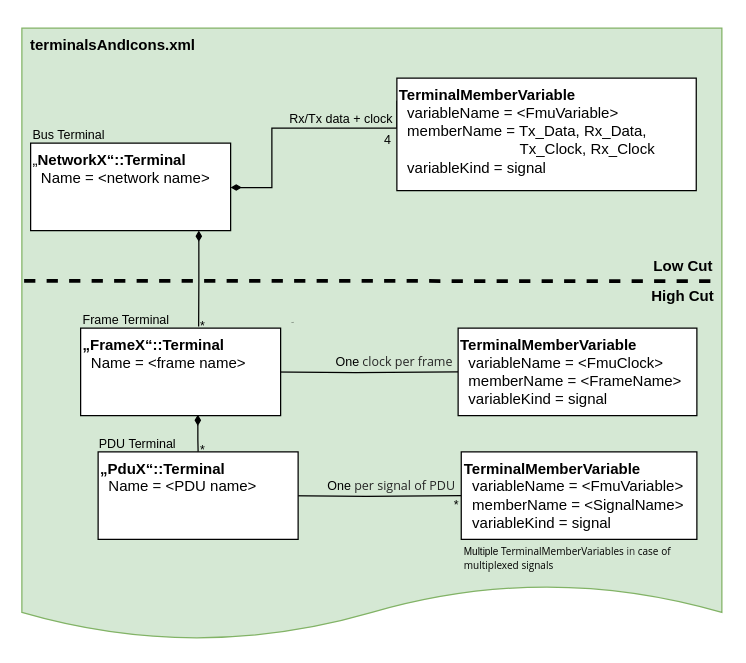
Earlier version of the draw.io diagram docs/images/terminal_relations.drawio (modelica/fmi-ls-bus). Source tidied: cells renumbered, new cells numbered last; positions are measured from the earlier drawing's top-left corner, leaving out a move shared by most shapes. Both pictures are drawn from the tidied source at 125%, with x=0, y=0 at pixel (21, 21).
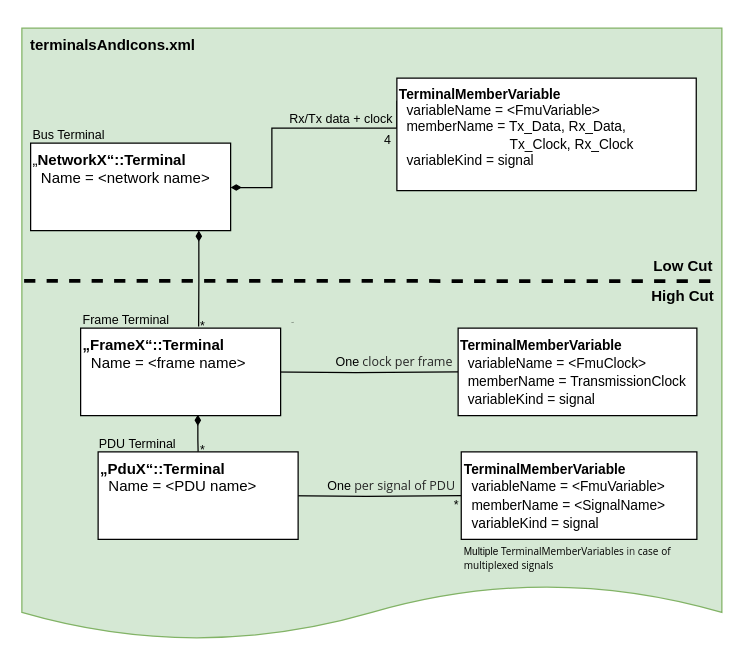
After the change.

Commit message (it also covers changes not shown here):
Fixed terminalAndIcon.svg overview graphic

Diff of the diagram source:
```diff
@@
-    <mxCell id="7" value="&lt;p style=&quot;margin-top: 0pt; margin-bottom: 0pt; margin-left: 0in; text-indent: 0in; direction: ltr; unicode-bidi: embed; word-break: normal;&quot;&gt;&lt;b&gt;TerminalMemberVariable&lt;/b&gt;&lt;/p&gt;&lt;p style=&quot;margin-top: 0pt; margin-bottom: 0pt; margin-left: 0in; text-indent: 0in; direction: ltr; unicode-bidi: embed; word-break: normal;&quot;&gt;&amp;nbsp; variableName = &amp;lt;FmuVariable&amp;gt;&lt;/p&gt;&lt;p style=&quot;margin-top: 0pt; margin-bottom: 0pt; margin-left: 0in; text-indent: 0in; direction: ltr; unicode-bidi: embed; word-break: normal;&quot;&gt;&amp;nbsp; memberName = Tx_Data, Rx_Data,&amp;nbsp; &amp;nbsp; &amp;nbsp; &amp;nbsp; &amp;nbsp; &amp;nbsp; &amp;nbsp; &amp;nbsp; &amp;nbsp; &amp;nbsp; &amp;nbsp; &amp;nbsp; &amp;nbsp; &amp;nbsp; &amp;nbsp; &amp;nbsp; &amp;nbsp; &amp;nbsp; &amp;nbsp; &amp;nbsp; &amp;nbsp;Tx_Clock, Rx_Clock&amp;nbsp;&amp;nbsp;&lt;/p&gt;&lt;p style=&quot;margin-top: 0pt; margin-bottom: 0pt; margin-left: 0in; text-indent: 0in; direction: ltr; unicode-bidi: embed; word-break: normal;&quot;&gt;&amp;nbsp; variableKind = signal&lt;/p&gt;&lt;div&gt;&lt;br&gt;&lt;/div&gt;" style="rounded=0;whiteSpace=wrap;html=1;align=left;verticalAlign=top;" parent="1" vertex="1">
+    <mxCell id="7" value="&lt;p style=&quot;margin-top: 0pt; margin-bottom: 0pt; margin-left: 0in; text-indent: 0in; direction: ltr; unicode-bidi: embed; word-break: normal;&quot;&gt;&lt;b&gt;TerminalMemberVariable&lt;/b&gt;&lt;/p&gt;&lt;p style=&quot;margin-top: 0pt; margin-bottom: 0pt; margin-left: 0in; text-indent: 0in; direction: ltr; unicode-bidi: embed; word-break: normal;&quot;&gt;&amp;nbsp; variableName = &amp;lt;FmuVariable&amp;gt;&lt;/p&gt;&lt;p style=&quot;margin-top: 0pt; margin-bottom: 0pt; margin-left: 0in; text-indent: 0in; direction: ltr; unicode-bidi: embed; word-break: normal;&quot;&gt;&amp;nbsp; memberName = Tx_Data, Rx_Data,&amp;nbsp; &amp;nbsp; &amp;nbsp; &amp;nbsp; &amp;nbsp; &amp;nbsp; &amp;nbsp; &amp;nbsp; &amp;nbsp; &amp;nbsp; &amp;nbsp; &amp;nbsp; &amp;nbsp; &amp;nbsp; &amp;nbsp; &amp;nbsp; &amp;nbsp; &amp;nbsp; &amp;nbsp; &amp;nbsp; &amp;nbsp; &amp;nbsp; &amp;nbsp; &amp;nbsp;Tx_Clock, Rx_Clock&amp;nbsp;&amp;nbsp;&lt;/p&gt;&lt;p style=&quot;margin-top: 0pt; margin-bottom: 0pt; margin-left: 0in; text-indent: 0in; direction: ltr; unicode-bidi: embed; word-break: normal;&quot;&gt;&amp;nbsp; variableKind = signal&lt;/p&gt;&lt;div&gt;&lt;br&gt;&lt;/div&gt;" style="rounded=0;whiteSpace=wrap;html=1;align=left;verticalAlign=top;fontSize=11;" parent="1" vertex="1">
       <mxGeometry x="300" y="45" width="239.5" height="90" as="geometry" />
     </mxCell>
@@
-    <mxCell id="16" value="&lt;p style=&quot;margin-top: 0pt; margin-bottom: 0pt; margin-left: 0in; text-indent: 0in; direction: ltr; unicode-bidi: embed; word-break: normal;&quot;&gt;&lt;b&gt;TerminalMemberVariable&lt;/b&gt;&lt;/p&gt;&lt;p style=&quot;margin-top: 0pt; margin-bottom: 0pt; margin-left: 0in; text-indent: 0in; direction: ltr; unicode-bidi: embed; word-break: normal;&quot;&gt;&amp;nbsp; variableName = &amp;lt;FmuClock&amp;gt;&lt;/p&gt;&lt;p style=&quot;margin-top: 0pt; margin-bottom: 0pt; margin-left: 0in; text-indent: 0in; direction: ltr; unicode-bidi: embed; word-break: normal;&quot;&gt;&amp;nbsp; memberName = &amp;lt;FrameName&amp;gt;&amp;nbsp;&amp;nbsp;&lt;/p&gt;&lt;p style=&quot;margin-top: 0pt; margin-bottom: 0pt; margin-left: 0in; text-indent: 0in; direction: ltr; unicode-bidi: embed; word-break: normal;&quot;&gt;&amp;nbsp; variableKind = signal&lt;/p&gt;" style="rounded=0;whiteSpace=wrap;html=1;align=left;verticalAlign=top;" parent="1" vertex="1">
+    <mxCell id="16" value="&lt;p style=&quot;margin-top: 0pt; margin-bottom: 0pt; margin-left: 0in; text-indent: 0in; direction: ltr; unicode-bidi: embed; word-break: normal;&quot;&gt;&lt;b&gt;&lt;font style=&quot;font-size: 11px;&quot;&gt;TerminalMemberVariable&lt;/font&gt;&lt;/b&gt;&lt;/p&gt;&lt;p style=&quot;margin-top: 0pt; margin-bottom: 0pt; margin-left: 0in; text-indent: 0in; direction: ltr; unicode-bidi: embed; word-break: normal;&quot;&gt;&lt;font style=&quot;font-size: 11px;&quot;&gt;&amp;nbsp; variableName = &amp;lt;FmuClock&amp;gt;&lt;/font&gt;&lt;/p&gt;&lt;p style=&quot;margin-top: 0pt; margin-bottom: 0pt; margin-left: 0in; text-indent: 0in; direction: ltr; unicode-bidi: embed; word-break: normal;&quot;&gt;&lt;font style=&quot;font-size: 11px;&quot;&gt;&amp;nbsp; memberName = TransmissionClock&amp;nbsp;&amp;nbsp;&lt;/font&gt;&lt;/p&gt;&lt;p style=&quot;margin-top: 0pt; margin-bottom: 0pt; margin-left: 0in; text-indent: 0in; direction: ltr; unicode-bidi: embed; word-break: normal;&quot;&gt;&lt;font style=&quot;font-size: 11px;&quot;&gt;&amp;nbsp; variableKind = signal&lt;/font&gt;&lt;/p&gt;" style="rounded=0;whiteSpace=wrap;html=1;align=left;verticalAlign=top;" parent="1" vertex="1">
       <mxGeometry x="349" y="245" width="191" height="70" as="geometry" />
     </mxCell>
-    <mxCell id="17" value="&lt;p style=&quot;margin-top: 0pt; margin-bottom: 0pt; margin-left: 0in; text-indent: 0in; direction: ltr; unicode-bidi: embed; word-break: normal;&quot;&gt;&lt;b&gt;TerminalMemberVariable&lt;/b&gt;&lt;/p&gt;&lt;p style=&quot;margin-top: 0pt; margin-bottom: 0pt; margin-left: 0in; text-indent: 0in; direction: ltr; unicode-bidi: embed; word-break: normal;&quot;&gt;&amp;nbsp; variableName = &amp;lt;FmuVariable&amp;gt;&lt;/p&gt;&lt;p style=&quot;margin-top: 0pt; margin-bottom: 0pt; margin-left: 0in; text-indent: 0in; direction: ltr; unicode-bidi: embed; word-break: normal;&quot;&gt;&amp;nbsp; memberName = &amp;lt;SignalName&amp;gt;&amp;nbsp;&amp;nbsp;&lt;/p&gt;&lt;p style=&quot;margin-top: 0pt; margin-bottom: 0pt; margin-left: 0in; text-indent: 0in; direction: ltr; unicode-bidi: embed; word-break: normal;&quot;&gt;&amp;nbsp; variableKind = signal&lt;/p&gt;" style="rounded=0;whiteSpace=wrap;html=1;align=left;verticalAlign=top;" parent="1" vertex="1">
+    <mxCell id="17" value="&lt;p style=&quot;margin-top: 0pt; margin-bottom: 0pt; margin-left: 0in; text-indent: 0in; direction: ltr; unicode-bidi: embed; word-break: normal;&quot;&gt;&lt;b&gt;&lt;font style=&quot;font-size: 11px;&quot;&gt;TerminalMemberVariable&lt;/font&gt;&lt;/b&gt;&lt;/p&gt;&lt;p style=&quot;margin-top: 0pt; margin-bottom: 0pt; margin-left: 0in; text-indent: 0in; direction: ltr; unicode-bidi: embed; word-break: normal;&quot;&gt;&lt;font style=&quot;font-size: 11px;&quot;&gt;&amp;nbsp; variableName = &amp;lt;FmuVariable&amp;gt;&lt;/font&gt;&lt;/p&gt;&lt;p style=&quot;margin-top: 0pt; margin-bottom: 0pt; margin-left: 0in; text-indent: 0in; direction: ltr; unicode-bidi: embed; word-break: normal;&quot;&gt;&lt;font style=&quot;font-size: 11px;&quot;&gt;&amp;nbsp; memberName = &amp;lt;SignalName&amp;gt;&amp;nbsp;&amp;nbsp;&lt;/font&gt;&lt;/p&gt;&lt;p style=&quot;margin-top: 0pt; margin-bottom: 0pt; margin-left: 0in; text-indent: 0in; direction: ltr; unicode-bidi: embed; word-break: normal;&quot;&gt;&lt;font style=&quot;font-size: 11px;&quot;&gt;&amp;nbsp; variableKind = signal&lt;/font&gt;&lt;/p&gt;" style="rounded=0;whiteSpace=wrap;html=1;align=left;verticalAlign=top;" parent="1" vertex="1">
       <mxGeometry x="351.5" y="344" width="188.5" height="70" as="geometry" />
     </mxCell>
```
